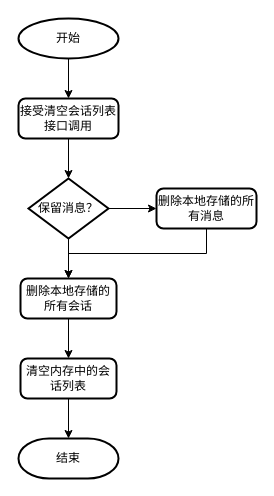
liuao2010/360MobileSafe keeps this draw.io diagram as page "flow-clear-conversation-list" (4 of 11) of 获取会话列表.drawio. Above is the earlier version. Source tidied: cells renumbered, new cells numbered last; positions are measured from the earlier drawing's top-left corner, leaving out a move shared by most shapes. Both pictures are drawn from the tidied source at 100%, with x=0, y=0 at pixel (18, 18).
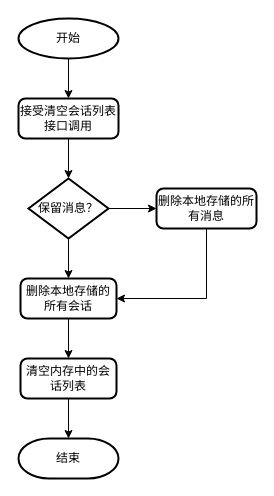
After the change.

What changed in the source:
```diff
@@
 <mxGraphModel>
   <root>
     <mxCell id="0" />
     <mxCell id="1" parent="0" />
     <mxCell id="2" style="edgeStyle=orthogonalEdgeStyle;rounded=0;jettySize=auto;html=1;exitX=0.5;exitY=1;exitDx=0;exitDy=0;exitPerimeter=0;entryX=0.5;entryY=0;entryDx=0;entryDy=0;" parent="1" edge="1" source="3" target="5">
       <mxGeometry relative="1" as="geometry" />
     </mxCell>
     <mxCell id="3" value="开始" style="strokeWidth=2;html=1;shape=mxgraph.flowchart.start_1;whiteSpace=wrap;rounded=1;" parent="1" vertex="1">
       <mxGeometry width="100" height="40" as="geometry" />
     </mxCell>
     <mxCell id="4" style="edgeStyle=orthogonalEdgeStyle;rounded=0;jettySize=auto;html=1;exitX=0.5;exitY=1;exitDx=0;exitDy=0;entryX=0.5;entryY=0;entryDx=0;entryDy=0;entryPerimeter=0;" parent="1" edge="1" source="5" target="12">
       <mxGeometry relative="1" as="geometry" />
     </mxCell>
     <mxCell id="5" value="接受清空会话列表接口调用" style="rounded=1;whiteSpace=wrap;html=1;absoluteArcSize=1;arcSize=14;strokeWidth=2;" parent="1" vertex="1">
       <mxGeometry y="80" width="100" height="40" as="geometry" />
     </mxCell>
     <mxCell id="6" style="edgeStyle=orthogonalEdgeStyle;rounded=0;jettySize=auto;html=1;exitX=0.5;exitY=1;exitDx=0;exitDy=0;entryX=0.5;entryY=0;entryDx=0;entryDy=0;entryPerimeter=0;" parent="1" edge="1" source="7" target="15">
       <mxGeometry relative="1" as="geometry" />
     </mxCell>
     <mxCell id="7" value="清空内存中的会话列表" style="rounded=1;whiteSpace=wrap;html=1;absoluteArcSize=1;arcSize=14;strokeWidth=2;" parent="1" vertex="1">
       <mxGeometry x="2" y="340" width="96" height="40" as="geometry" />
     </mxCell>
     <mxCell id="8" style="edgeStyle=orthogonalEdgeStyle;rounded=0;jettySize=auto;html=1;exitX=0.5;exitY=1;exitDx=0;exitDy=0;entryX=0.5;entryY=0;entryDx=0;entryDy=0;" parent="1" edge="1" source="9" target="7">
       <mxGeometry relative="1" as="geometry" />
     </mxCell>
     <mxCell id="9" value="删除本地存储的所有会话" style="rounded=1;whiteSpace=wrap;html=1;absoluteArcSize=1;arcSize=14;strokeWidth=2;" parent="1" vertex="1">
       <mxGeometry x="2" y="260" width="96" height="40" as="geometry" />
     </mxCell>
     <mxCell id="10" style="edgeStyle=orthogonalEdgeStyle;rounded=0;jettySize=auto;html=1;exitX=0.5;exitY=1;exitDx=0;exitDy=0;exitPerimeter=0;entryX=0.5;entryY=0;entryDx=0;entryDy=0;" parent="1" edge="1" source="12" target="9">
       <mxGeometry relative="1" as="geometry" />
     </mxCell>
     <mxCell id="11" style="edgeStyle=orthogonalEdgeStyle;rounded=0;jettySize=auto;html=1;exitX=1;exitY=0.5;exitDx=0;exitDy=0;exitPerimeter=0;entryX=0;entryY=0.5;entryDx=0;entryDy=0;" parent="1" edge="1" source="12" target="14">
       <mxGeometry relative="1" as="geometry" />
     </mxCell>
     <mxCell id="12" value="保留消息？" style="strokeWidth=2;html=1;shape=mxgraph.flowchart.decision;whiteSpace=wrap;rounded=1;" parent="1" vertex="1">
       <mxGeometry x="10" y="160" width="80" height="60" as="geometry" />
     </mxCell>
-    <mxCell id="13" style="edgeStyle=orthogonalEdgeStyle;rounded=0;jettySize=auto;html=1;exitX=0.5;exitY=1;exitDx=0;exitDy=0;entryX=0.5;entryY=0;entryDx=0;entryDy=0;" parent="1" edge="1" source="14" target="9">
+    <mxCell id="13" style="edgeStyle=orthogonalEdgeStyle;rounded=0;jettySize=auto;html=1;exitX=0.5;exitY=1;exitDx=0;exitDy=0;entryX=1;entryY=0.5;entryDx=0;entryDy=0;" parent="1" edge="1" source="14" target="9">
       <mxGeometry relative="1" as="geometry" />
     </mxCell>
     <mxCell id="14" value="删除本地存储的所有消息" style="rounded=1;whiteSpace=wrap;html=1;absoluteArcSize=1;arcSize=14;strokeWidth=2;" parent="1" vertex="1">
       <mxGeometry x="138" y="170" width="100" height="40" as="geometry" />
     </mxCell>
     <mxCell id="15" value="结束" style="strokeWidth=2;html=1;shape=mxgraph.flowchart.terminator;whiteSpace=wrap;rounded=1;" parent="1" vertex="1">
       <mxGeometry y="420" width="100" height="40" as="geometry" />
     </mxCell>
   </root>
 </mxGraphModel>
```
